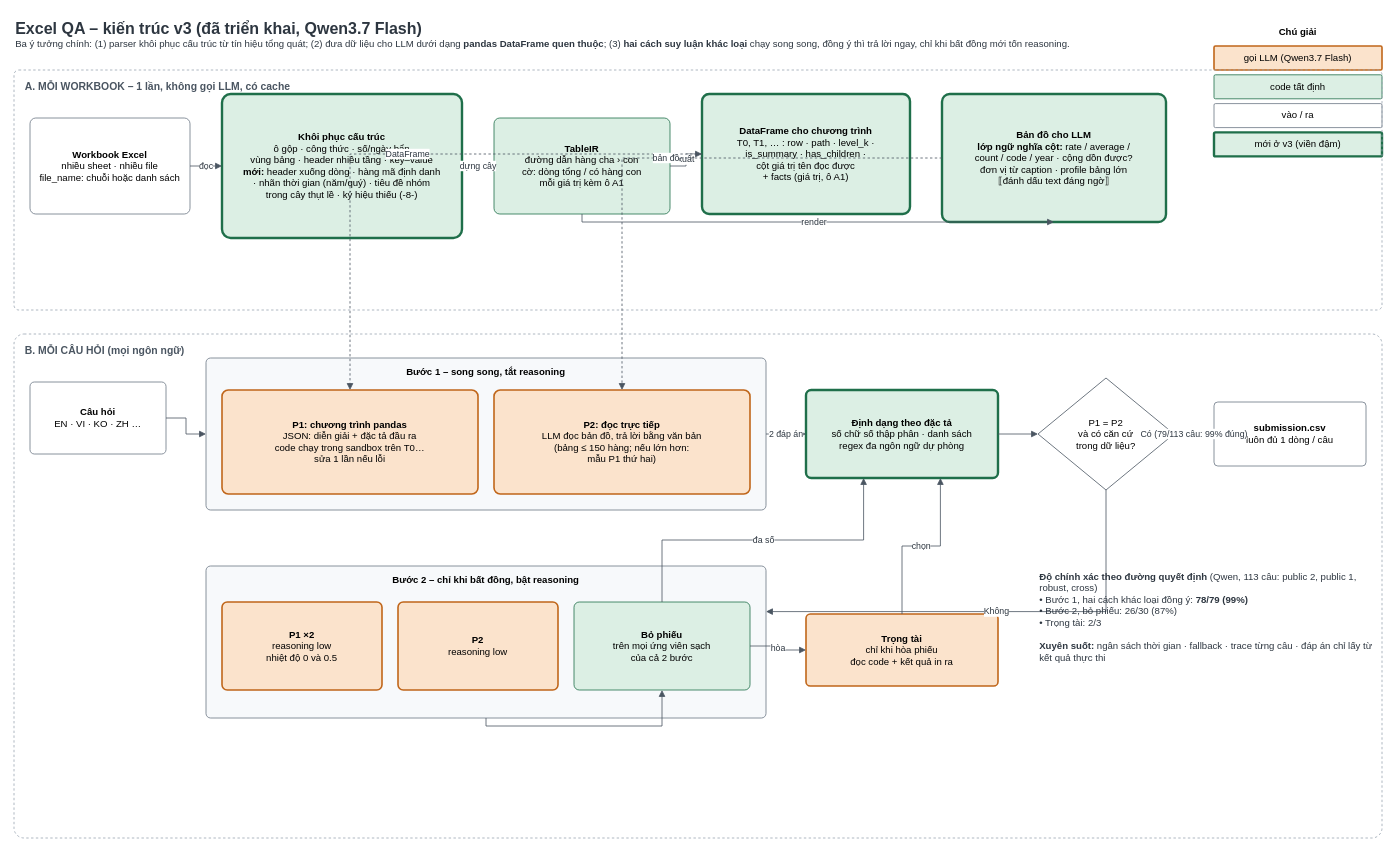
The draw.io diagram page "1. Kiến trúc v3 (đã triển khai)" (1 of 2) of docs/architecture.drawio in nguyenchiminhhieu/aivn-excel-qa, before the edit. Source tidied: cells renumbered, new cells numbered last; positions are measured from the earlier drawing's top-left corner, leaving out a move shared by most shapes. Both pictures are drawn from the tidied source at 80%, with x=0, y=0 at pixel (14, 14).
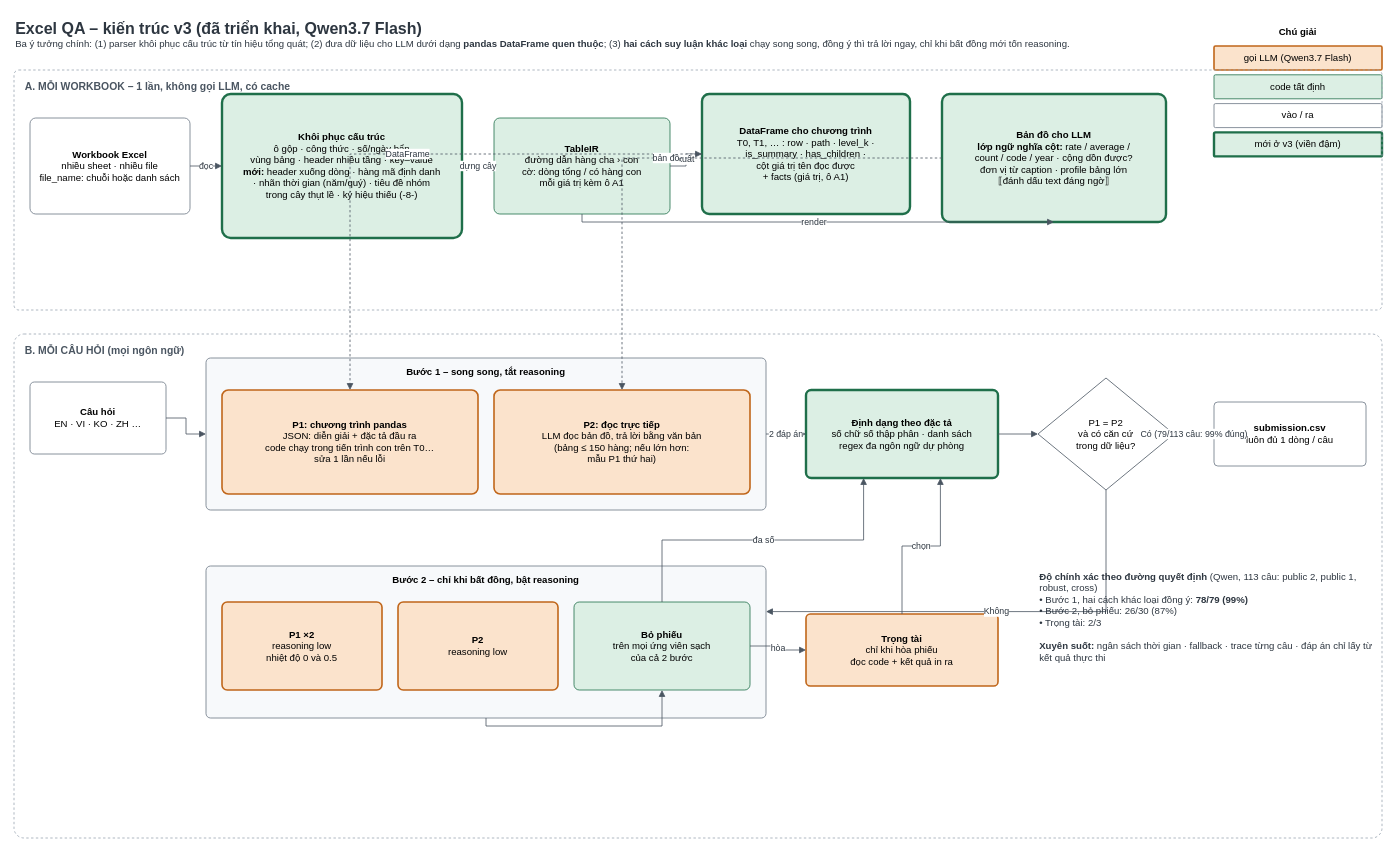
The same page after the edit.

The edit, as a diff of the source:
```diff
@@
-    <mxCell id="21" value="&lt;b&gt;P1: chương trình pandas&lt;/b&gt;&lt;br&gt;JSON: diễn giải + đặc tả đầu ra&lt;br&gt;code chạy trong sandbox trên T0…&lt;br&gt;sửa 1 lần nếu lỗi" style="rounded=1;whiteSpace=wrap;html=1;arcSize=6;fontFamily=Helvetica;fontSize=12;align=center;verticalAlign=middle;spacing=6;fillColor=#fbe3cc;strokeColor=#c0661a;strokeWidth=2;" parent="1" vertex="1">
+    <mxCell id="21" value="&lt;b&gt;P1: chương trình pandas&lt;/b&gt;&lt;br&gt;JSON: diễn giải + đặc tả đầu ra&lt;br&gt;code chạy trong tiến trình con trên T0…&lt;br&gt;sửa 1 lần nếu lỗi" style="rounded=1;whiteSpace=wrap;html=1;arcSize=6;fontFamily=Helvetica;fontSize=12;align=center;verticalAlign=middle;spacing=6;fillColor=#fbe3cc;strokeColor=#c0661a;strokeWidth=2;" parent="1" vertex="1">
       <mxGeometry x="260" y="470" width="320" height="130" as="geometry" />
     </mxCell>
```
